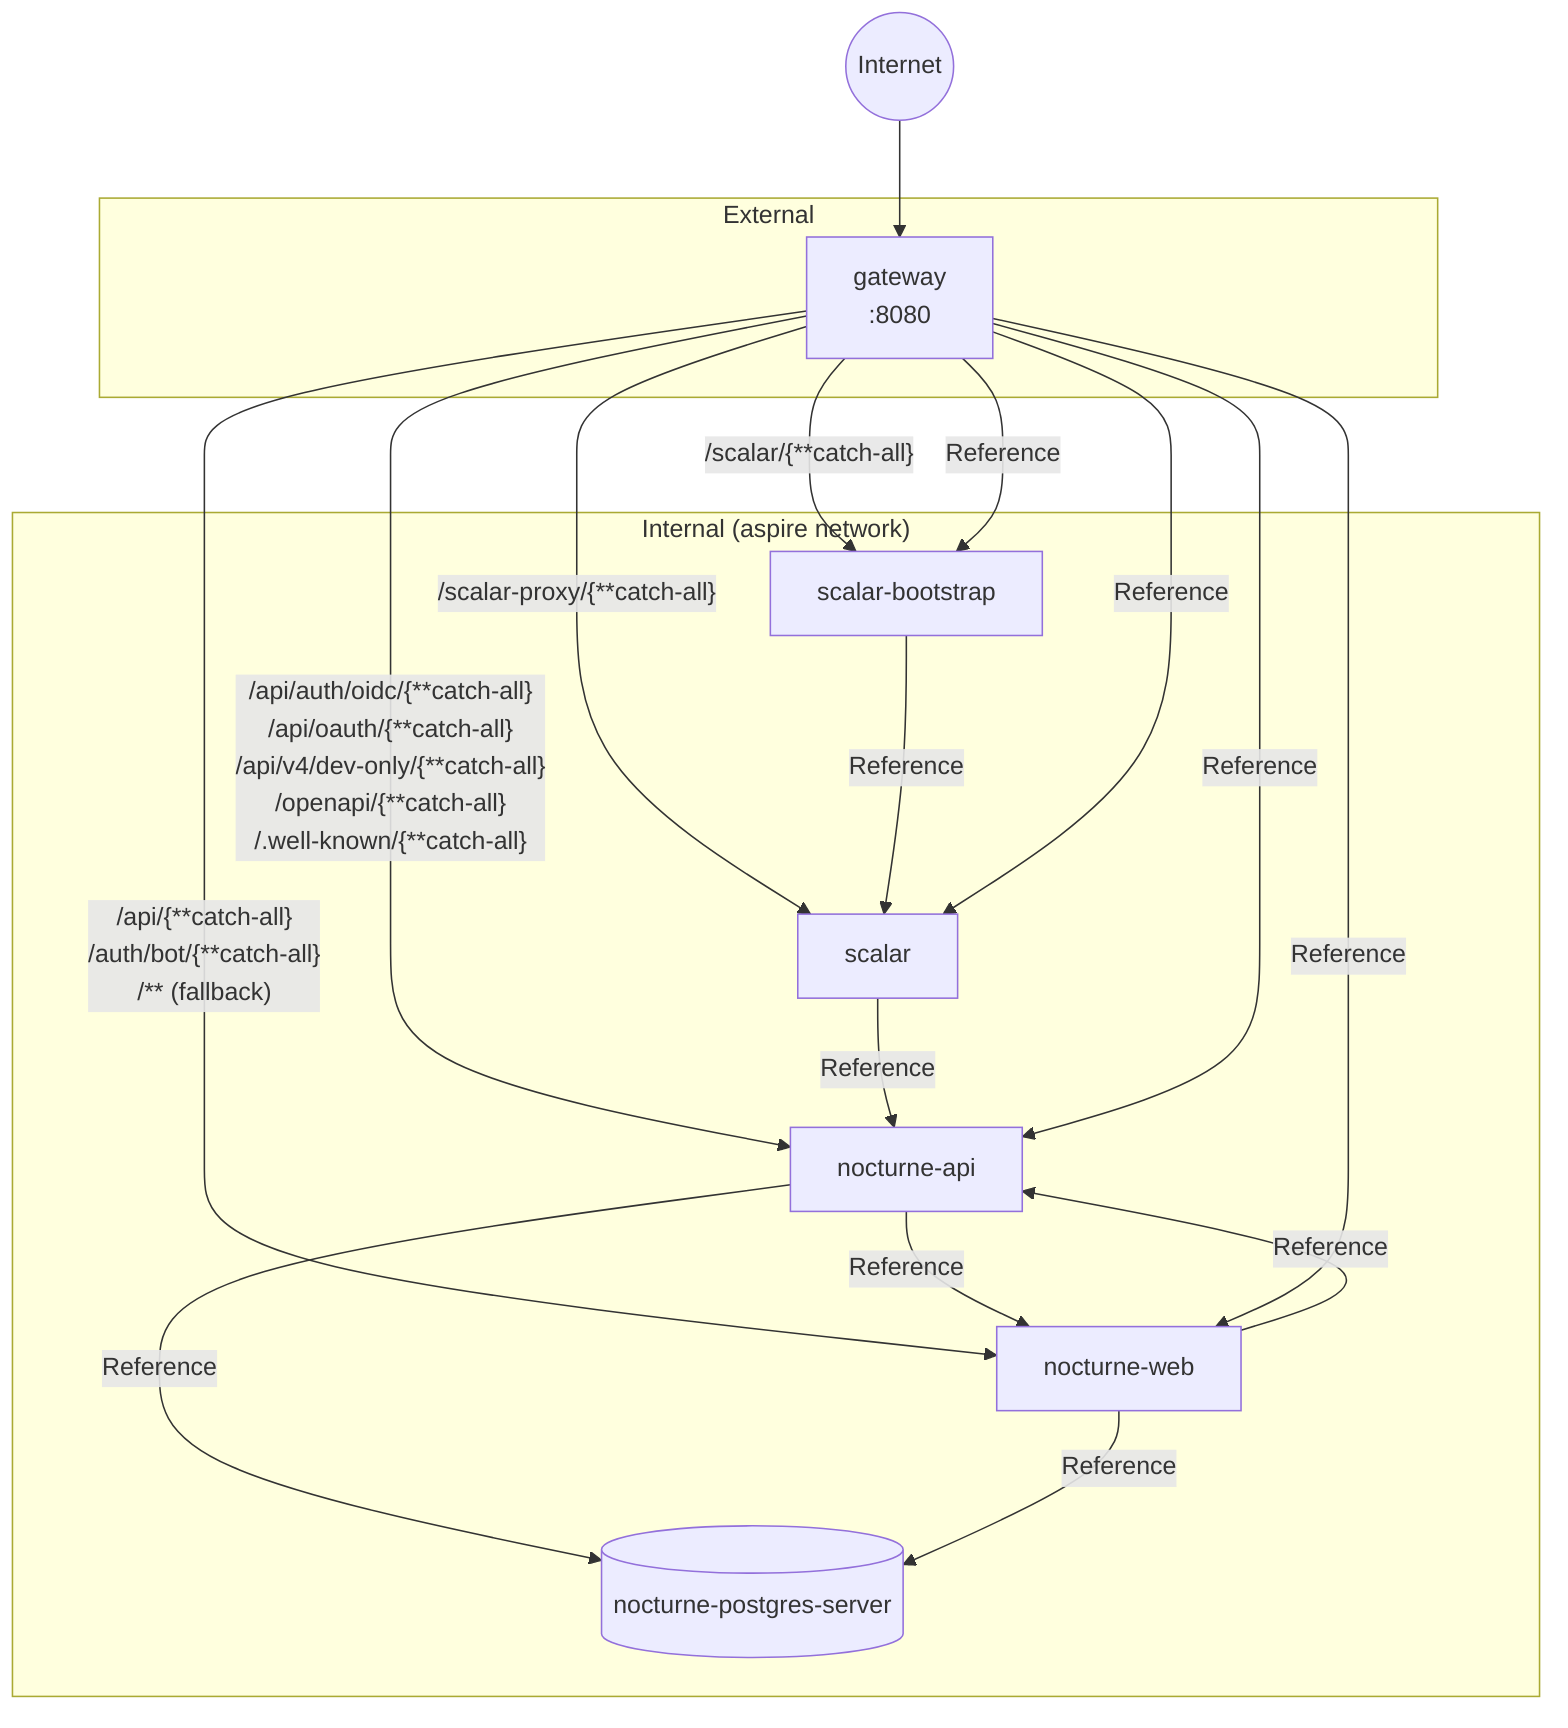
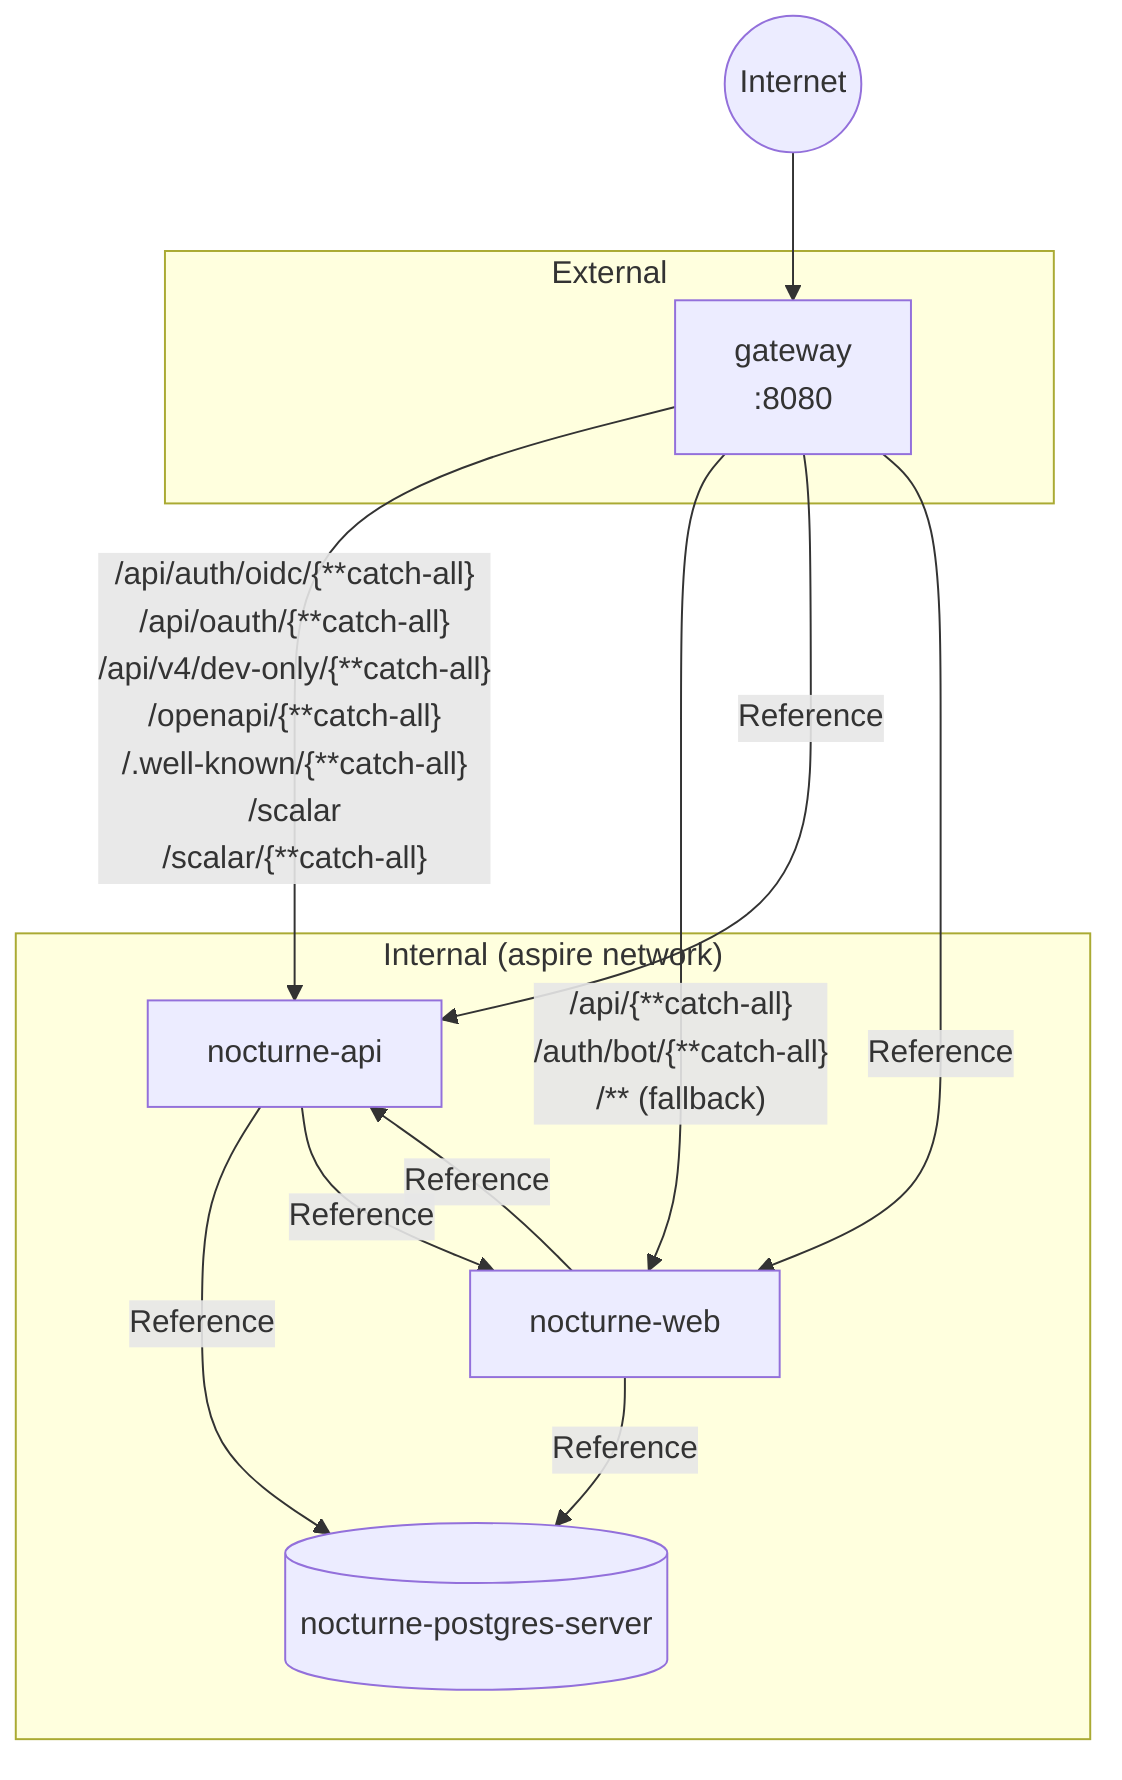
flowchart TD
    Internet((Internet))

    subgraph ext["External"]
        gateway["gateway\n:8080"]
    end

    subgraph net["Internal (aspire network)"]
        nocturne_postgres_server[("nocturne-postgres-server")]
        nocturne_api["nocturne-api"]
        nocturne_web["nocturne-web"]
-         scalar["scalar"]
-         scalar_bootstrap["scalar-bootstrap"]
    end

    Internet --> gateway
-     gateway -->|"/api/auth/oidc/{**catch-all}\n/api/oauth/{**catch-all}\n/api/v4/dev-only/{**catch-all}\n/openapi/{**catch-all}\n/.well-known/{**catch-all}"| nocturne_api
+     gateway -->|"/api/auth/oidc/{**catch-all}\n/api/oauth/{**catch-all}\n/api/v4/dev-only/{**catch-all}\n/openapi/{**catch-all}\n/.well-known/{**catch-all}\n/scalar\n/scalar/{**catch-all}"| nocturne_api
    gateway -->|"/api/{**catch-all}\n/auth/bot/{**catch-all}\n/** (fallback)"| nocturne_web
-     gateway -->|"/scalar/{**catch-all}"| scalar_bootstrap
-     gateway -->|"/scalar-proxy/{**catch-all}"| scalar
    nocturne_api -->|Reference| nocturne_postgres_server
    nocturne_api -->|Reference| nocturne_web
    nocturne_web -->|Reference| nocturne_api
    nocturne_web -->|Reference| nocturne_postgres_server
-     scalar -->|Reference| nocturne_api
-     scalar_bootstrap -->|Reference| scalar
    gateway -->|Reference| nocturne_api
    gateway -->|Reference| nocturne_web
-     gateway -->|Reference| scalar_bootstrap
-     gateway -->|Reference| scalar